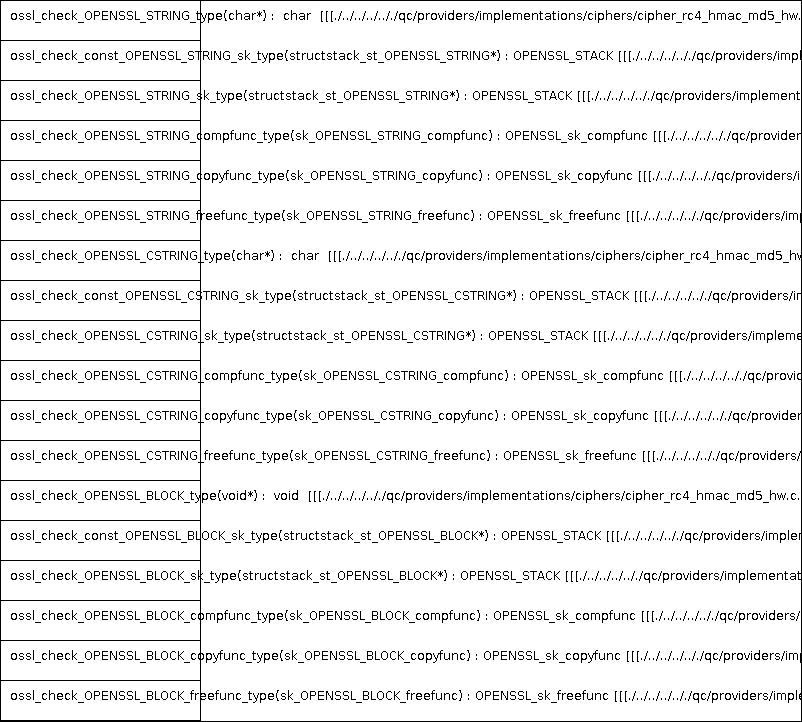
Before: docs/qc/providers/implementations/ciphers/cipher_rc4_hmac_md5_hw.c.png, a diagram exported from PlantUML (qualitesys/openssl). Its source is kept beside it as docs/qc/providers/implementations/ciphers/cipher_rc4_hmac_md5_hw.c.puml. The source it was exported from:
```plantuml
@startuml
!pragma layout smetana
class dummy {
ossl_check_OPENSSL_STRING_type(char*) :  char  [[[./../../../.././qc/providers/implementations/ciphers/cipher_rc4_hmac_md5_hw.c.html#508]]]
ossl_check_const_OPENSSL_STRING_sk_type(structstack_st_OPENSSL_STRING*) : OPENSSL_STACK [[[./../../../.././qc/providers/implementations/ciphers/cipher_rc4_hmac_md5_hw.c.html#508]]]
ossl_check_OPENSSL_STRING_sk_type(structstack_st_OPENSSL_STRING*) : OPENSSL_STACK [[[./../../../.././qc/providers/implementations/ciphers/cipher_rc4_hmac_md5_hw.c.html#508]]]
ossl_check_OPENSSL_STRING_compfunc_type(sk_OPENSSL_STRING_compfunc) : OPENSSL_sk_compfunc [[[./../../../.././qc/providers/implementations/ciphers/cipher_rc4_hmac_md5_hw.c.html#508]]]
ossl_check_OPENSSL_STRING_copyfunc_type(sk_OPENSSL_STRING_copyfunc) : OPENSSL_sk_copyfunc [[[./../../../.././qc/providers/implementations/ciphers/cipher_rc4_hmac_md5_hw.c.html#508]]]
ossl_check_OPENSSL_STRING_freefunc_type(sk_OPENSSL_STRING_freefunc) : OPENSSL_sk_freefunc [[[./../../../.././qc/providers/implementations/ciphers/cipher_rc4_hmac_md5_hw.c.html#508]]]
ossl_check_OPENSSL_CSTRING_type(char*) :  char  [[[./../../../.././qc/providers/implementations/ciphers/cipher_rc4_hmac_md5_hw.c.html#510]]]
ossl_check_const_OPENSSL_CSTRING_sk_type(structstack_st_OPENSSL_CSTRING*) : OPENSSL_STACK [[[./../../../.././qc/providers/implementations/ciphers/cipher_rc4_hmac_md5_hw.c.html#510]]]
ossl_check_OPENSSL_CSTRING_sk_type(structstack_st_OPENSSL_CSTRING*) : OPENSSL_STACK [[[./../../../.././qc/providers/implementations/ciphers/cipher_rc4_hmac_md5_hw.c.html#510]]]
ossl_check_OPENSSL_CSTRING_compfunc_type(sk_OPENSSL_CSTRING_compfunc) : OPENSSL_sk_compfunc [[[./../../../.././qc/providers/implementations/ciphers/cipher_rc4_hmac_md5_hw.c.html#510]]]
ossl_check_OPENSSL_CSTRING_copyfunc_type(sk_OPENSSL_CSTRING_copyfunc) : OPENSSL_sk_copyfunc [[[./../../../.././qc/providers/implementations/ciphers/cipher_rc4_hmac_md5_hw.c.html#510]]]
ossl_check_OPENSSL_CSTRING_freefunc_type(sk_OPENSSL_CSTRING_freefunc) : OPENSSL_sk_freefunc [[[./../../../.././qc/providers/implementations/ciphers/cipher_rc4_hmac_md5_hw.c.html#510]]]
ossl_check_OPENSSL_BLOCK_type(void*) :  void  [[[./../../../.././qc/providers/implementations/ciphers/cipher_rc4_hmac_md5_hw.c.html#513]]]
ossl_check_const_OPENSSL_BLOCK_sk_type(structstack_st_OPENSSL_BLOCK*) : OPENSSL_STACK [[[./../../../.././qc/providers/implementations/ciphers/cipher_rc4_hmac_md5_hw.c.html#513]]]
ossl_check_OPENSSL_BLOCK_sk_type(structstack_st_OPENSSL_BLOCK*) : OPENSSL_STACK [[[./../../../.././qc/providers/implementations/ciphers/cipher_rc4_hmac_md5_hw.c.html#513]]]
ossl_check_OPENSSL_BLOCK_compfunc_type(sk_OPENSSL_BLOCK_compfunc) : OPENSSL_sk_compfunc [[[./../../../.././qc/providers/implementations/ciphers/cipher_rc4_hmac_md5_hw.c.html#513]]]
ossl_check_OPENSSL_BLOCK_copyfunc_type(sk_OPENSSL_BLOCK_copyfunc) : OPENSSL_sk_copyfunc [[[./../../../.././qc/providers/implementations/ciphers/cipher_rc4_hmac_md5_hw.c.html#513]]]
ossl_check_OPENSSL_BLOCK_freefunc_type(sk_OPENSSL_BLOCK_freefunc) : OPENSSL_sk_freefunc [[[./../../../.././qc/providers/implementations/ciphers/cipher_rc4_hmac_md5_hw.c.html#513]]]
}
@enduml
```
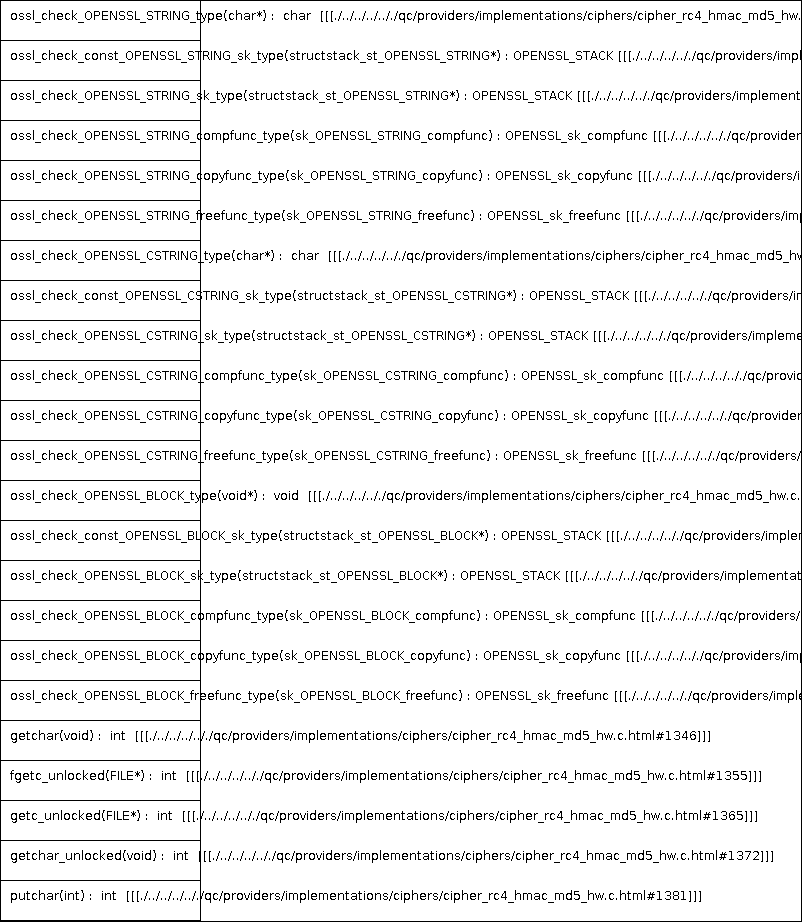
Later version of the same file.

The edit, as a diff of the source:
```diff
@@ -19,5 +19,10 @@
 ossl_check_OPENSSL_BLOCK_compfunc_type(sk_OPENSSL_BLOCK_compfunc) : OPENSSL_sk_compfunc [[[./../../../.././qc/providers/implementations/ciphers/cipher_rc4_hmac_md5_hw.c.html#513]]]
 ossl_check_OPENSSL_BLOCK_copyfunc_type(sk_OPENSSL_BLOCK_copyfunc) : OPENSSL_sk_copyfunc [[[./../../../.././qc/providers/implementations/ciphers/cipher_rc4_hmac_md5_hw.c.html#513]]]
 ossl_check_OPENSSL_BLOCK_freefunc_type(sk_OPENSSL_BLOCK_freefunc) : OPENSSL_sk_freefunc [[[./../../../.././qc/providers/implementations/ciphers/cipher_rc4_hmac_md5_hw.c.html#513]]]
+getchar(void) :  int  [[[./../../../.././qc/providers/implementations/ciphers/cipher_rc4_hmac_md5_hw.c.html#1346]]]
+fgetc_unlocked(FILE*) :  int  [[[./../../../.././qc/providers/implementations/ciphers/cipher_rc4_hmac_md5_hw.c.html#1355]]]
+getc_unlocked(FILE*) :  int  [[[./../../../.././qc/providers/implementations/ciphers/cipher_rc4_hmac_md5_hw.c.html#1365]]]
+getchar_unlocked(void) :  int  [[[./../../../.././qc/providers/implementations/ciphers/cipher_rc4_hmac_md5_hw.c.html#1372]]]
+putchar(int) :  int  [[[./../../../.././qc/providers/implementations/ciphers/cipher_rc4_hmac_md5_hw.c.html#1381]]]
 }
 @enduml
```
